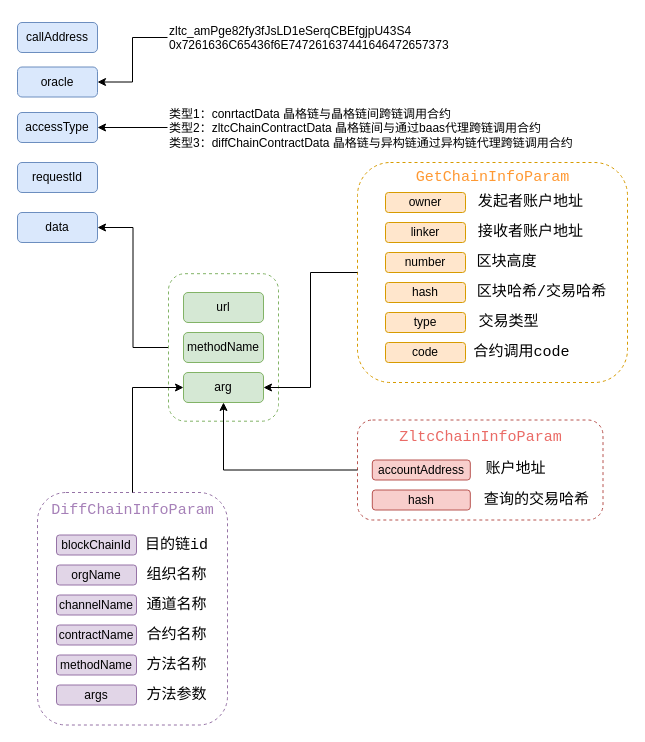
CamilleZxt/asset keeps this draw.io diagram as 预言机方案跨链协议.drawio. Above is the earlier version. Source tidied: cells renumbered, new cells numbered last; positions are measured from the earlier drawing's top-left corner, leaving out a move shared by most shapes. Both pictures are drawn from the tidied source at 100%, with x=0, y=0 at pixel (17, 17).
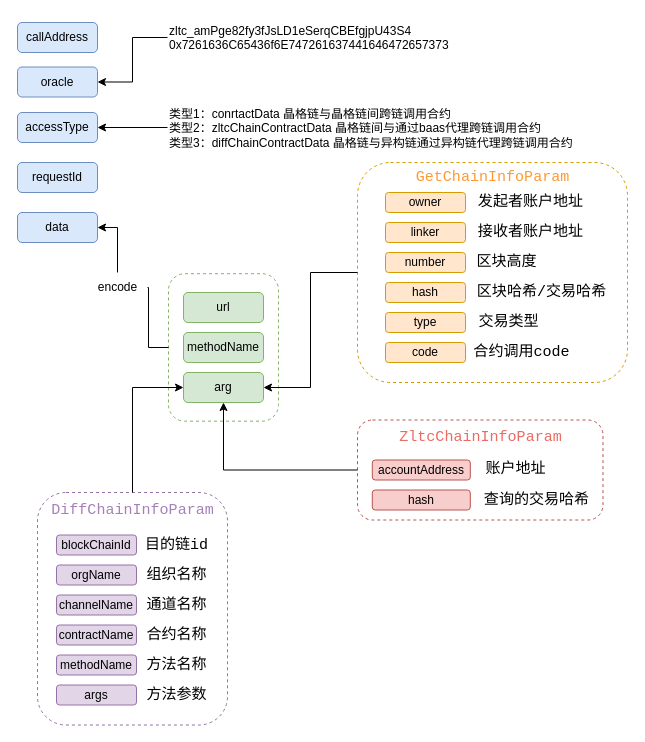
The same diagram, later.

Commit message:
更新预言机方案跨链协议.drawio

Unchanged cells that the change refers to:
```xml
<mxCell id="6" value="&lt;span style=&quot;text-align: left;&quot;&gt;data&lt;/span&gt;" style="rounded=1;whiteSpace=wrap;html=1;labelBackgroundColor=none;fillColor=#dae8fc;strokeColor=#6c8ebf;" parent="1" vertex="1">
  <mxGeometry y="195" width="80" height="30" as="geometry" />
</mxCell>
<mxCell id="15" style="rounded=1;whiteSpace=wrap;html=1;dashed=1;labelBackgroundColor=none;strokeColor=#82b366;fillColor=none;" parent="1" vertex="1">
  <mxGeometry x="151" y="256.2" width="110" height="147.5" as="geometry" />
</mxCell>
```

Diff of the diagram source:
```diff
@@
-    <mxCell id="14" style="edgeStyle=orthogonalEdgeStyle;rounded=0;jettySize=auto;html=1;entryX=1;entryY=0.5;entryDx=0;entryDy=0;fontColor=#000000;" parent="1" edge="1" source="15" target="6">
+    <mxCell id="14" style="edgeStyle=orthogonalEdgeStyle;rounded=0;jettySize=auto;html=1;entryX=1;entryY=0.5;entryDx=0;entryDy=0;fontColor=#000000;startArrow=none;" parent="1" edge="1" source="57" target="6">
       <mxGeometry relative="1" as="geometry" />
     </mxCell>
@@
+    <mxCell id="57" value="encode" style="text;html=1;align=center;verticalAlign=middle;points=[];strokeColor=none;fillColor=none;" parent="1" vertex="1">
+      <mxGeometry x="70" y="255" width="60" height="30" as="geometry" />
+    </mxCell>
+    <mxCell id="58" style="edgeStyle=orthogonalEdgeStyle;rounded=0;jettySize=auto;html=1;entryX=1;entryY=0.5;entryDx=0;entryDy=0;fontColor=#000000;endArrow=none;" parent="1" edge="1" source="15" target="57">
+      <mxGeometry relative="1" as="geometry" />
+    </mxCell>
```
